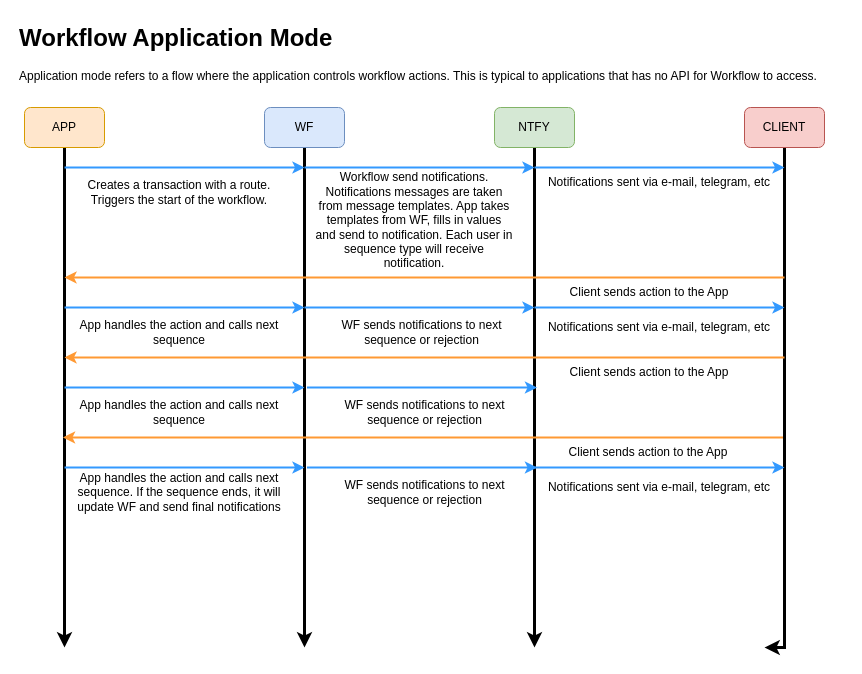
NarsilWorks-Inc/assorteddocs keeps this draw.io diagram as Untitled Diagram.drawio. Above is the earlier version. Source tidied: cells renumbered, new cells numbered last; positions are measured from the earlier drawing's top-left corner, leaving out a move shared by most shapes. Both pictures are drawn from the tidied source at 100%, with x=0, y=0 at pixel (16, 17).
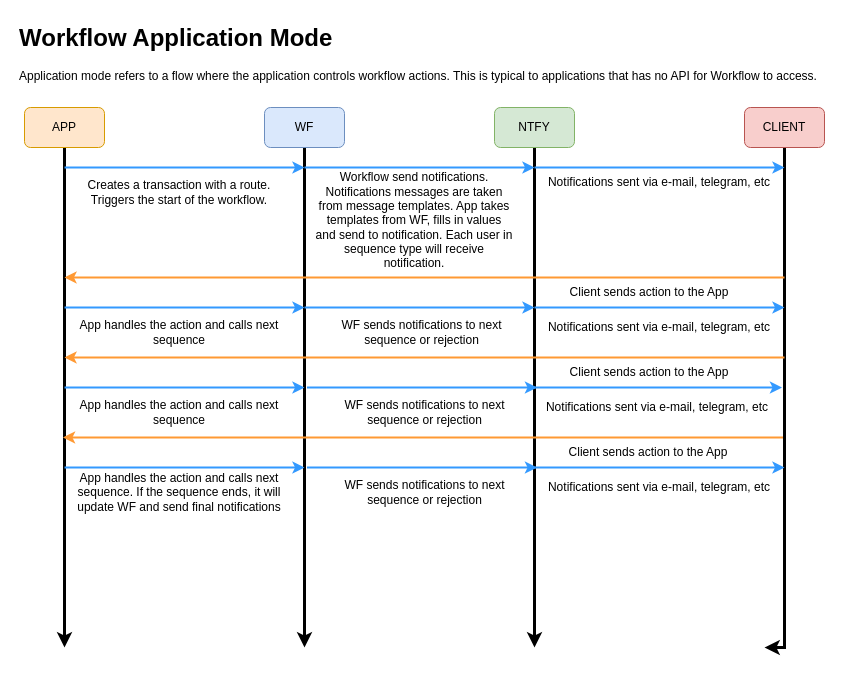
The same diagram, later.

Commit message:
WF Application Mode

What changed in the source:
```diff
@@
+    <mxCell id="39" style="endArrow=classic;html=1;rounded=0;strokeColor=#3399FF;strokeWidth=2;" parent="1" edge="1">
+      <mxGeometry relative="1" as="geometry">
+        <mxPoint x="515.5" y="370" as="sourcePoint" />
+        <mxPoint x="765.5" y="370" as="targetPoint" />
+      </mxGeometry>
+    </mxCell>
+    <mxCell id="40" value="Notifications sent via e-mail, telegram, etc" style="text;html=1;align=center;verticalAlign=middle;whiteSpace=wrap;rounded=0;" parent="1" vertex="1">
+      <mxGeometry x="525.5" y="380" width="230" height="20" as="geometry" />
+    </mxCell>
```
